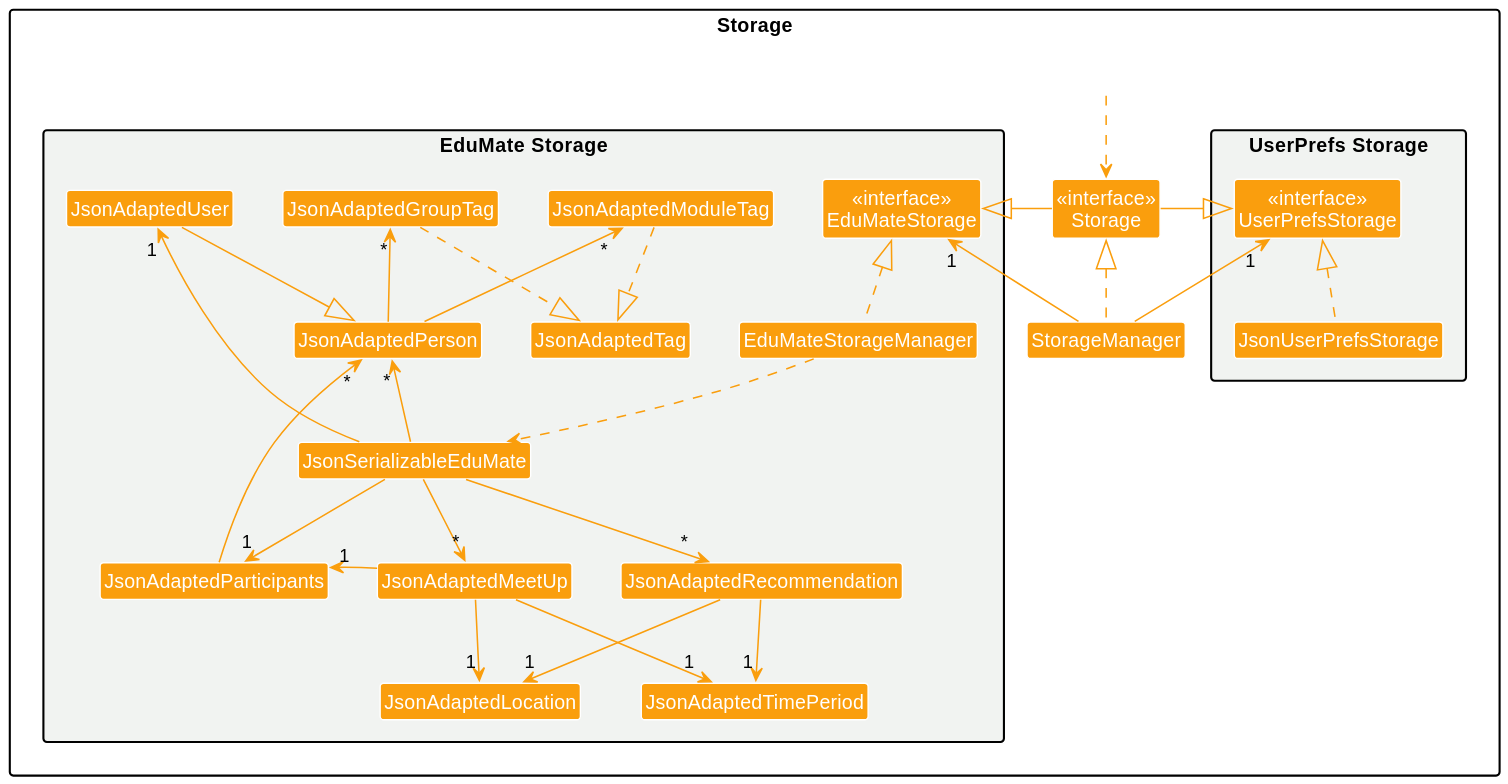
nus-cs2103-AY2223S2/tp keeps this PlantUML diagram as docs/images/StorageClassDiagram.svg. Above is the earlier version.
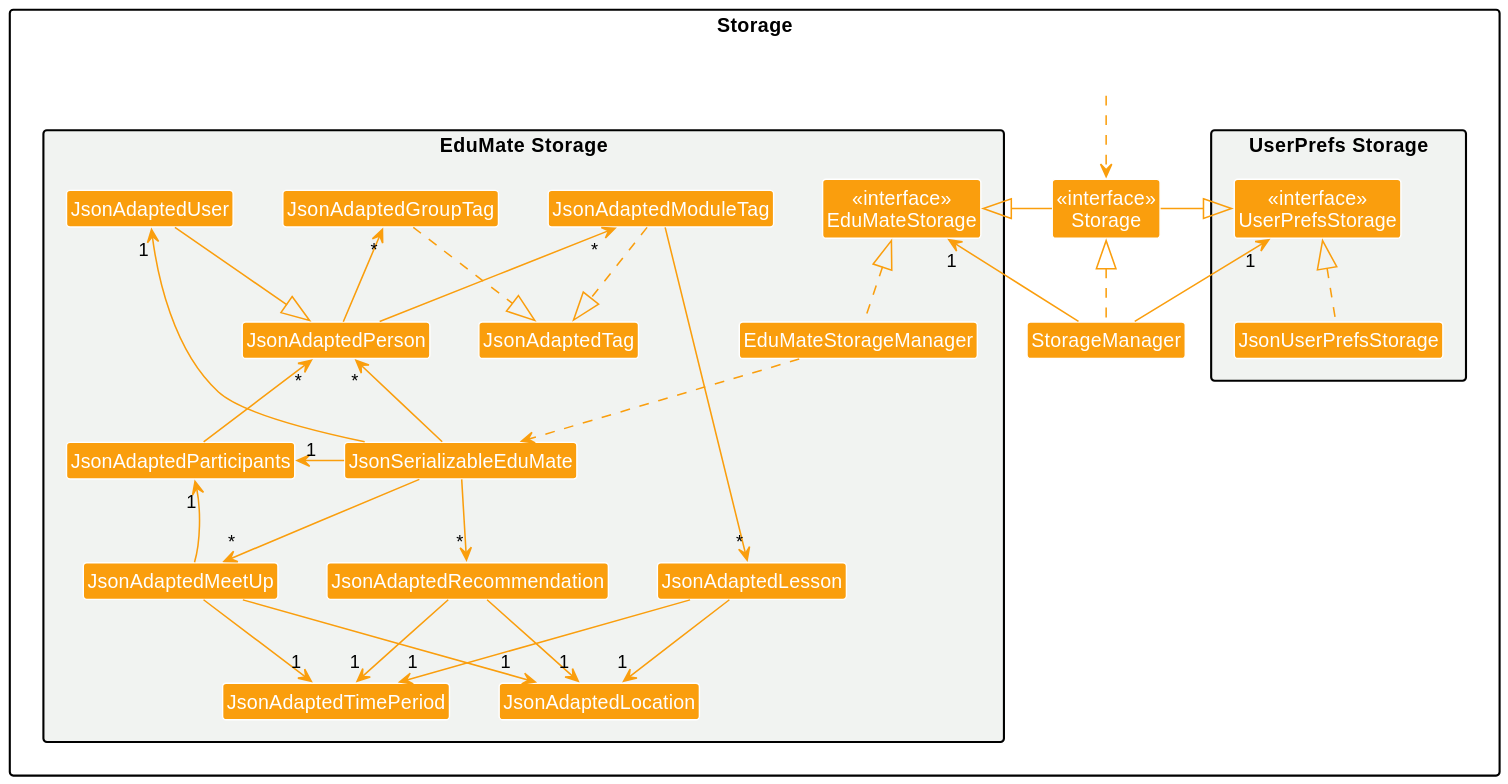
After the commit.

Commit message:
Add Json Lesson to diagrams

Change to the diagram source:
```diff
@@ -28,6 +28,7 @@
 Class JsonAdaptedTimePeriod
 Class JsonAdaptedModuleTag
 Class JsonAdaptedGroupTag
+Class JsonAdaptedLesson
 }
 
 Class HiddenOutside #FFFFFF
@@ -48,12 +49,14 @@
 JsonAdaptedPerson -up-> "*" JsonAdaptedGroupTag
 JsonAdaptedPerson -up-> "*" JsonAdaptedModuleTag
 JsonAdaptedUser --|> JsonAdaptedPerson
-JsonSerializableEduMate --> "1" JsonAdaptedParticipants
+JsonSerializableEduMate -right-> "1" JsonAdaptedParticipants
 JsonSerializableEduMate --> "*" JsonAdaptedRecommendation
 JsonSerializableEduMate --> "*" JsonAdaptedMeetUp
 
 JsonAdaptedGroupTag ..|> JsonAdaptedTag
 JsonAdaptedModuleTag ..|> JsonAdaptedTag
+
+JsonAdaptedModuleTag --> "*" JsonAdaptedLesson
 
 JsonAdaptedMeetUp -[hidden]right-> JsonAdaptedRecommendation
 JsonAdaptedMeetUp -[hidden]left-> JsonAdaptedParticipants
@@ -61,6 +64,9 @@
 JsonAdaptedRecommendation --> "1" JsonAdaptedLocation
 JsonAdaptedRecommendation --> "1" JsonAdaptedTimePeriod
 
+JsonAdaptedLesson --> "1" JsonAdaptedLocation
+JsonAdaptedLesson --> "1" JsonAdaptedTimePeriod
+
 JsonAdaptedMeetUp --> "1" JsonAdaptedLocation
 JsonAdaptedMeetUp --> "1" JsonAdaptedTimePeriod
 
```
